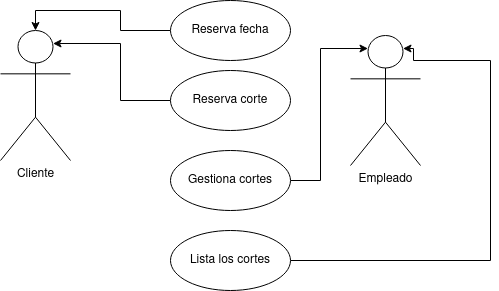
Jorgeev27/Servicio-Peluqueria keeps this draw.io diagram as doc/casos_uso/DrawIO/Casos-Uso.png. Above is the earlier version. Source tidied: cells renumbered, new cells last; positions are measured from the earlier drawing's top-left corner, leaving out a move shared by most shapes.
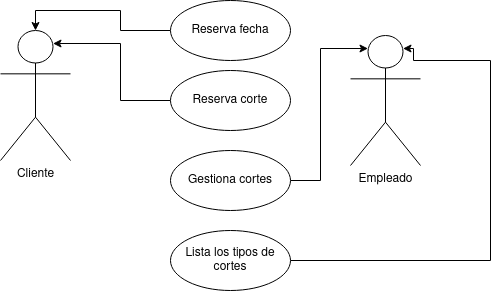
The same diagram one commit later.

Change to the diagram source:
```diff
@@ -35,7 +35,7 @@
         </Array>
       </mxGeometry>
     </mxCell>
-    <mxCell id="11" value="Lista los cortes" style="ellipse;whiteSpace=wrap;html=1;" parent="1" vertex="1">
+    <mxCell id="11" value="Lista los tipos de cortes" style="ellipse;whiteSpace=wrap;html=1;" parent="1" vertex="1">
       <mxGeometry x="170" y="230" width="120" height="60" as="geometry" />
     </mxCell>
   </root>
```
